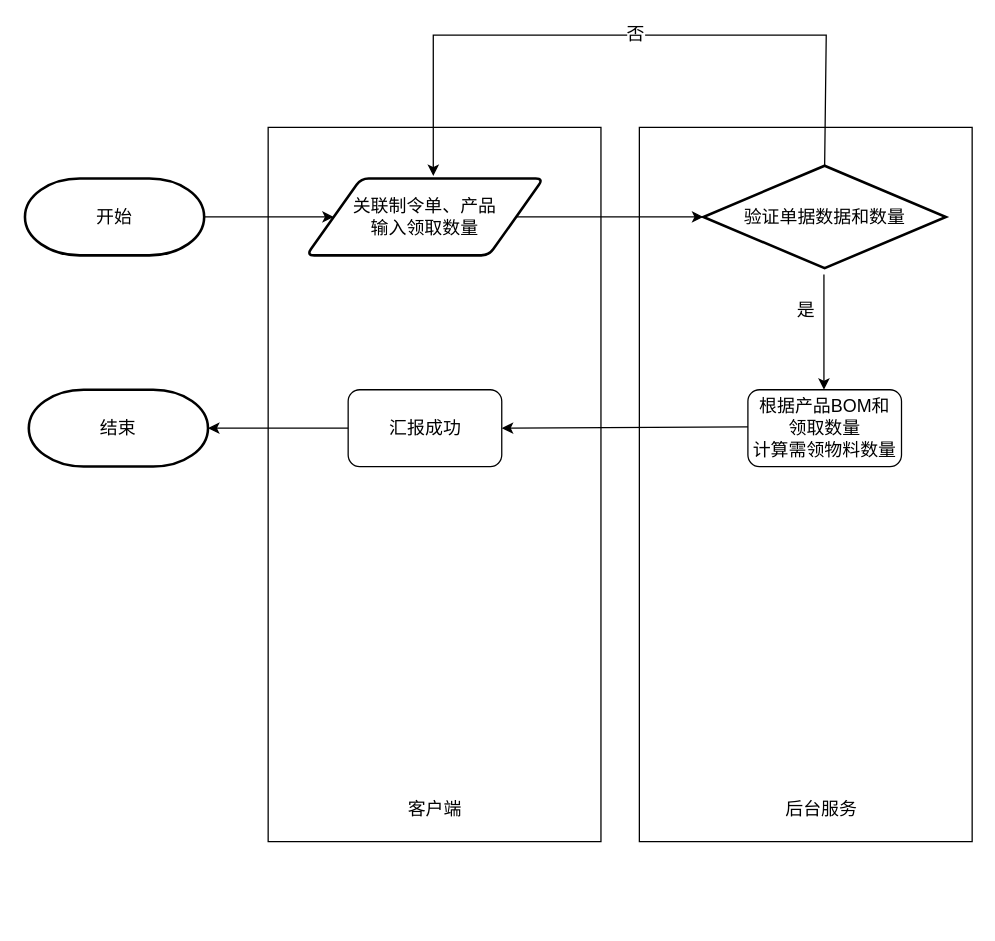
Before: 领料单流程.drawio in KNAI-I/test, a draw.io diagram. Source tidied: cells renumbered, new cells numbered last; positions are measured from the earlier drawing's top-left corner, leaving out a move shared by most shapes. Both pictures are drawn from the tidied source at 128%, with x=0, y=0 at pixel (24, 35).
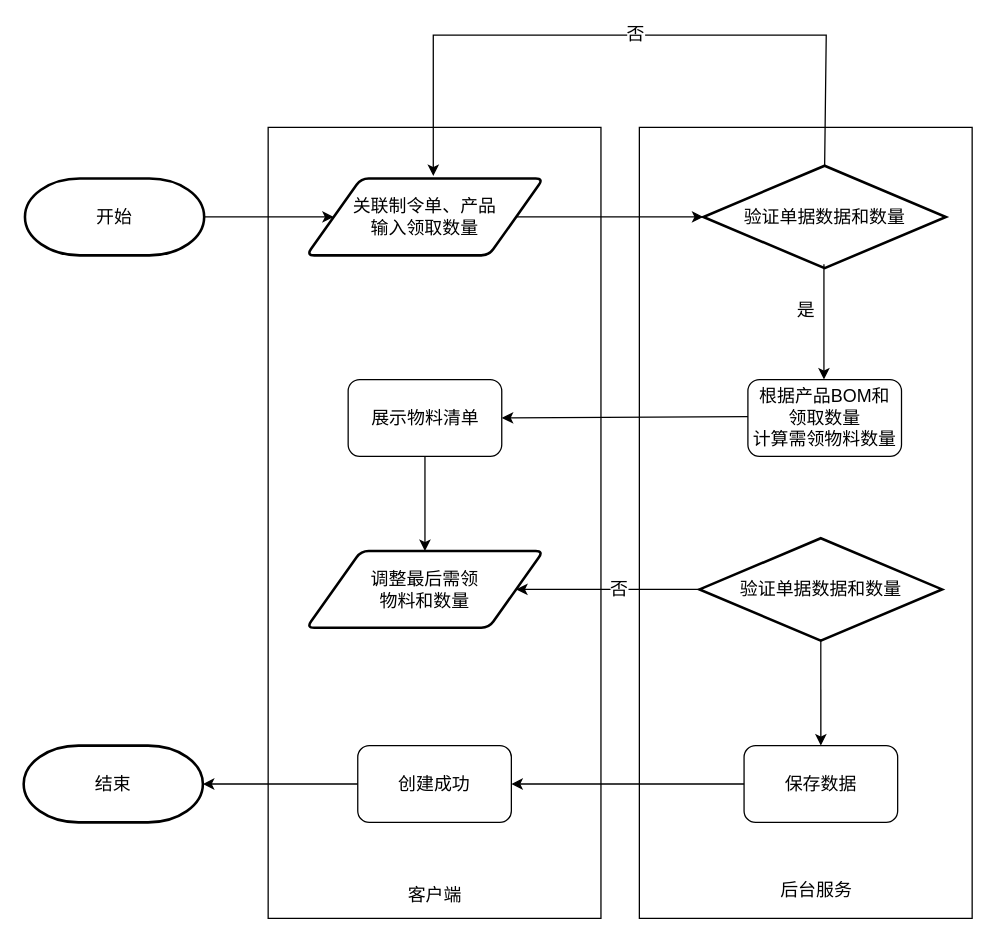
After the change.

Commit message (it also covers changes not shown here):
更新领料单流程.drawio

What changed in the source:
```diff
@@
     <mxCell id="2" style="verticalLabelPosition=bottom;verticalAlign=top;html=1;shape=mxgraph.basic.rect;fillColor2=none;strokeWidth=1;size=20;indent=5;fontSize=14;" parent="1" vertex="1">
-      <mxGeometry x="480" y="72" width="260" height="558" as="geometry" />
+      <mxGeometry x="480" y="72" width="260" height="618" as="geometry" />
     </mxCell>
     <mxCell id="3" style="verticalLabelPosition=bottom;verticalAlign=top;html=1;shape=mxgraph.basic.rect;fillColor2=none;strokeWidth=1;size=20;indent=5;fontSize=14;" parent="1" vertex="1">
-      <mxGeometry x="190" y="72" width="260" height="558" as="geometry" />
+      <mxGeometry x="190" y="72" width="260" height="618" as="geometry" />
     </mxCell>
@@
     <mxCell id="7" value="结束" style="strokeWidth=2;html=1;shape=mxgraph.flowchart.terminator;whiteSpace=wrap;fontSize=14;" parent="1" vertex="1">
-      <mxGeometry x="3" y="277" width="140" height="60" as="geometry" />
+      <mxGeometry x="-1" y="555" width="140" height="60" as="geometry" />
     </mxCell>
@@
     <mxCell id="9" value="根据产品BOM和&lt;br&gt;领取数量&lt;br&gt;计算需领物料数量" style="rounded=1;whiteSpace=wrap;html=1;fontSize=14;" parent="1" vertex="1">
-      <mxGeometry x="564.8" y="277" width="120" height="60" as="geometry" />
+      <mxGeometry x="564.8" y="269" width="120" height="60" as="geometry" />
     </mxCell>
     <mxCell id="10" style="endArrow=classic;html=1;rounded=0;fontSize=14;" parent="1" edge="1">
       <mxGeometry relative="1" as="geometry">
-        <mxPoint x="624.2" y="187" as="sourcePoint" />
-        <mxPoint x="624.2" y="277" as="targetPoint" />
+        <mxPoint x="624.2" y="179" as="sourcePoint" />
+        <mxPoint x="624.2" y="269" as="targetPoint" />
       </mxGeometry>
     </mxCell>
     <mxCell id="11" value="客户端" style="text;html=1;align=center;verticalAlign=middle;strokeColor=none;fillColor=none;fontSize=14;" parent="1" vertex="1">
-      <mxGeometry x="285" y="590" width="70" height="30" as="geometry" />
+      <mxGeometry x="285" y="657" width="70" height="30" as="geometry" />
     </mxCell>
     <mxCell id="12" value="后台服务" style="text;html=1;align=center;verticalAlign=middle;strokeColor=none;fillColor=none;fontSize=14;" parent="1" vertex="1">
-      <mxGeometry x="581.8" y="590" width="80" height="30" as="geometry" />
+      <mxGeometry x="577.8" y="653" width="80" height="30" as="geometry" />
     </mxCell>
@@
-    <mxCell id="15" value="汇报成功" style="rounded=1;whiteSpace=wrap;html=1;fontSize=14;" parent="1" vertex="1">
-      <mxGeometry x="252.5" y="277" width="120" height="60" as="geometry" />
+    <mxCell id="15" value="展示物料清单" style="rounded=1;whiteSpace=wrap;html=1;fontSize=14;" parent="1" vertex="1">
+      <mxGeometry x="252.5" y="269" width="120" height="60" as="geometry" />
     </mxCell>
     <mxCell id="16" style="endArrow=classic;html=1;rounded=0;fontSize=14;exitX=0;exitY=0.5;exitDx=0;exitDy=0;entryX=1;entryY=0.5;entryDx=0;entryDy=0;" parent="1" edge="1" target="15">
       <mxGeometry relative="1" as="geometry">
-        <mxPoint x="564.8" y="306" as="sourcePoint" />
+        <mxPoint x="564.8" y="298" as="sourcePoint" />
       </mxGeometry>
     </mxCell>
-    <mxCell id="17" style="endArrow=classic;html=1;rounded=0;fontSize=14;entryX=1;entryY=0.5;entryDx=0;entryDy=0;entryPerimeter=0;exitX=0;exitY=0.5;exitDx=0;exitDy=0;" parent="1" edge="1" source="15" target="7">
-      <mxGeometry relative="1" as="geometry" />
-    </mxCell>
@@
+    <mxCell id="20" value="调整最后需领&lt;br&gt;物料和数量" style="shape=parallelogram;html=1;strokeWidth=2;perimeter=parallelogramPerimeter;whiteSpace=wrap;rounded=1;arcSize=12;size=0.23;fontSize=14;" parent="1" vertex="1">
+      <mxGeometry x="220" y="403" width="185" height="60" as="geometry" />
+    </mxCell>
+    <mxCell id="21" style="endArrow=classic;html=1;rounded=0;fontSize=14;exitX=0.5;exitY=1;exitDx=0;exitDy=0;entryX=0.5;entryY=0;entryDx=0;entryDy=0;" parent="1" edge="1" source="15" target="20">
+      <mxGeometry relative="1" as="geometry" />
+    </mxCell>
+    <mxCell id="22" value="验证单据数据和数量" style="strokeWidth=2;html=1;shape=mxgraph.flowchart.decision;whiteSpace=wrap;fontSize=14;" parent="1" vertex="1">
+      <mxGeometry x="527" y="393" width="189.5" height="80" as="geometry" />
+    </mxCell>
+    <mxCell id="23" style="endArrow=classic;html=1;rounded=0;fontSize=14;exitX=0;exitY=0.5;exitDx=0;exitDy=0;exitPerimeter=0;entryX=1;entryY=0.5;entryDx=0;entryDy=0;" parent="1" edge="1" source="22" target="20">
+      <mxGeometry relative="1" as="geometry" />
+    </mxCell>
+    <mxCell id="24" value="否" style="edgeLabel;html=1;align=center;verticalAlign=middle;fontSize=14;" parent="23" vertex="1">
+      <mxGeometry x="0.24" y="1" relative="1" as="geometry">
+        <mxPoint x="25" y="-2" as="offset" />
+      </mxGeometry>
+    </mxCell>
+    <mxCell id="25" value="保存数据" style="rounded=1;whiteSpace=wrap;html=1;fontSize=14;" parent="1" vertex="1">
+      <mxGeometry x="561.8" y="555" width="120" height="60" as="geometry" />
+    </mxCell>
+    <mxCell id="26" style="endArrow=classic;html=1;rounded=0;fontSize=14;entryX=0.5;entryY=0;entryDx=0;entryDy=0;exitX=0.5;exitY=1;exitDx=0;exitDy=0;exitPerimeter=0;" parent="1" edge="1" source="22" target="25">
+      <mxGeometry relative="1" as="geometry" />
+    </mxCell>
+    <mxCell id="27" value="创建成功" style="rounded=1;whiteSpace=wrap;html=1;fontSize=14;" parent="1" vertex="1">
+      <mxGeometry x="260" y="555" width="120" height="60" as="geometry" />
+    </mxCell>
+    <mxCell id="28" style="endArrow=classic;html=1;rounded=0;fontSize=14;exitX=0;exitY=0.5;exitDx=0;exitDy=0;entryX=1;entryY=0.5;entryDx=0;entryDy=0;" parent="1" edge="1" source="25" target="27">
+      <mxGeometry relative="1" as="geometry" />
+    </mxCell>
+    <mxCell id="29" style="endArrow=classic;html=1;rounded=0;fontSize=14;exitX=0;exitY=0.5;exitDx=0;exitDy=0;entryX=1;entryY=0.5;entryDx=0;entryDy=0;entryPerimeter=0;" parent="1" edge="1" source="27" target="7">
+      <mxGeometry relative="1" as="geometry" />
+    </mxCell>
```
